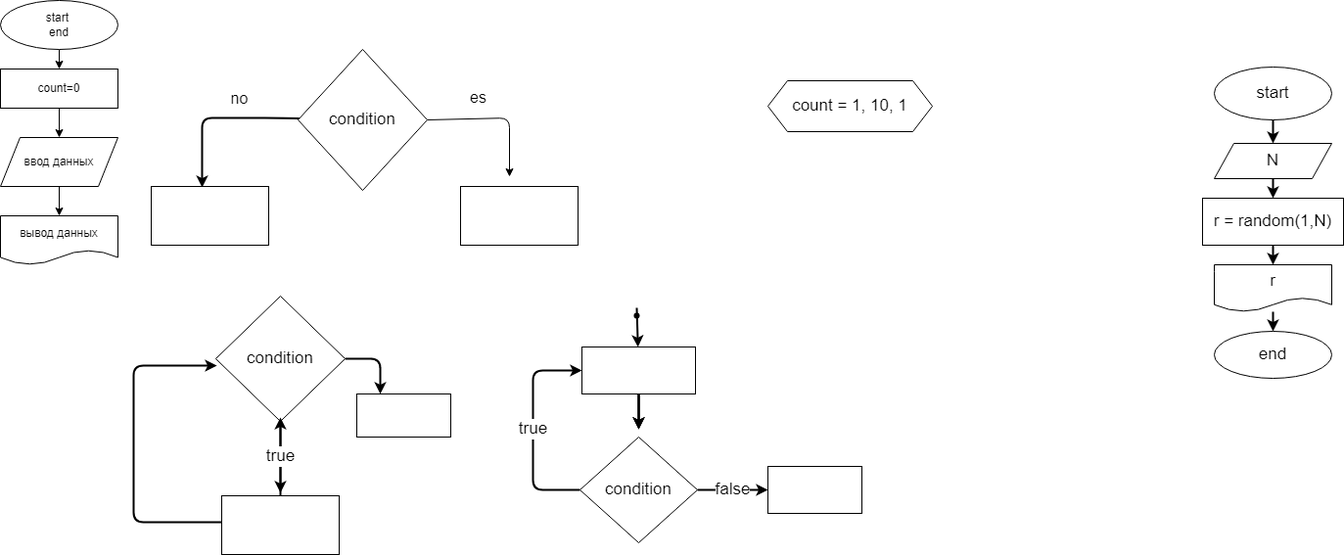
This is ex0000.drawio.png from Alexjur5676/Practic, a draw.io export, as it was before one commit. Source tidied: cells renumbered, new cells last; positions are measured from the earlier drawing's top-left corner, leaving out a move shared by most shapes. Source of this version:
```xml
<mxGraphModel>
  <root>
    <mxCell id="0" />
    <mxCell id="1" parent="0" />
    <mxCell id="2" style="edgeStyle=none;html=1;" parent="1" edge="1" source="3" target="5">
      <mxGeometry relative="1" as="geometry" />
    </mxCell>
    <mxCell id="3" value="start&amp;nbsp;&lt;br&gt;end&lt;br&gt;" style="ellipse;whiteSpace=wrap;html=1;" parent="1" vertex="1">
      <mxGeometry width="120" height="50" as="geometry" />
    </mxCell>
    <mxCell id="4" style="edgeStyle=none;html=1;" parent="1" edge="1" source="5" target="7">
      <mxGeometry relative="1" as="geometry" />
    </mxCell>
    <mxCell id="5" value="count=0&lt;br&gt;" style="rounded=0;whiteSpace=wrap;html=1;" parent="1" vertex="1">
      <mxGeometry y="70" width="120" height="40" as="geometry" />
    </mxCell>
    <mxCell id="6" style="edgeStyle=none;html=1;" parent="1" edge="1" source="7" target="8">
      <mxGeometry relative="1" as="geometry" />
    </mxCell>
    <mxCell id="7" value="ввод данных" style="shape=parallelogram;perimeter=parallelogramPerimeter;whiteSpace=wrap;html=1;fixedSize=1;" parent="1" vertex="1">
      <mxGeometry y="140" width="120" height="50" as="geometry" />
    </mxCell>
    <mxCell id="8" value="вывод данных" style="shape=document;whiteSpace=wrap;html=1;boundedLbl=1;" parent="1" vertex="1">
      <mxGeometry y="220" width="120" height="50" as="geometry" />
    </mxCell>
    <mxCell id="9" value="es" style="edgeStyle=none;html=1;exitX=1;exitY=0.5;exitDx=0;exitDy=0;fontSize=16;" parent="1" edge="1" source="11">
      <mxGeometry x="-0.27" y="22" relative="1" as="geometry">
        <mxPoint x="520" y="180" as="targetPoint" />
        <Array as="points">
          <mxPoint x="520" y="120" />
        </Array>
      </mxGeometry>
    </mxCell>
    <mxCell id="10" value="no" style="edgeStyle=none;html=1;entryX=0.433;entryY=0.017;entryDx=0;entryDy=0;entryPerimeter=0;strokeWidth=2;fontSize=16;" parent="1" edge="1" source="11" target="13">
      <mxGeometry x="-0.28" y="-20" relative="1" as="geometry">
        <Array as="points">
          <mxPoint x="280" y="120" />
          <mxPoint x="250" y="120" />
          <mxPoint x="206" y="120" />
        </Array>
      </mxGeometry>
    </mxCell>
    <mxCell id="11" value="condition" style="rhombus;whiteSpace=wrap;html=1;fontSize=17;" parent="1" vertex="1">
      <mxGeometry x="304" y="50" width="132" height="144" as="geometry" />
    </mxCell>
    <mxCell id="12" style="rounded=0;whiteSpace=wrap;html=1;" parent="1" vertex="1">
      <mxGeometry x="470" y="190" width="120" height="60" as="geometry" />
    </mxCell>
    <mxCell id="13" style="rounded=0;whiteSpace=wrap;html=1;" parent="1" vertex="1">
      <mxGeometry x="154" y="190" width="120" height="60" as="geometry" />
    </mxCell>
    <mxCell id="14" style="edgeStyle=none;html=1;fontSize=17;strokeWidth=2;" parent="1" edge="1" source="16">
      <mxGeometry relative="1" as="geometry">
        <mxPoint x="286" y="503" as="targetPoint" />
      </mxGeometry>
    </mxCell>
    <mxCell id="15" style="edgeStyle=none;html=1;entryX=0.25;entryY=0;entryDx=0;entryDy=0;fontSize=17;strokeWidth=2;exitX=1;exitY=0.5;exitDx=0;exitDy=0;" parent="1" edge="1" source="16" target="27">
      <mxGeometry relative="1" as="geometry">
        <Array as="points">
          <mxPoint x="388" y="366" />
        </Array>
      </mxGeometry>
    </mxCell>
    <mxCell id="16" value="condition" style="rhombus;whiteSpace=wrap;html=1;fontSize=17;" parent="1" vertex="1">
      <mxGeometry x="220" y="302" width="132" height="128" as="geometry" />
    </mxCell>
    <mxCell id="17" style="edgeStyle=none;html=1;entryX=0.008;entryY=0.555;entryDx=0;entryDy=0;entryPerimeter=0;fontSize=17;strokeWidth=2;" parent="1" edge="1" target="16">
      <mxGeometry relative="1" as="geometry">
        <mxPoint x="226" y="533" as="sourcePoint" />
        <Array as="points">
          <mxPoint x="136" y="533" />
          <mxPoint x="136" y="373" />
        </Array>
      </mxGeometry>
    </mxCell>
    <mxCell id="18" value="true" style="edgeStyle=none;html=1;entryX=0;entryY=0.5;entryDx=0;entryDy=0;fontSize=17;strokeWidth=2;exitX=0;exitY=0.5;exitDx=0;exitDy=0;" parent="1" edge="1" source="20" target="24">
      <mxGeometry relative="1" as="geometry">
        <Array as="points">
          <mxPoint x="544" y="500" />
          <mxPoint x="544" y="378" />
        </Array>
      </mxGeometry>
    </mxCell>
    <mxCell id="19" value="false" style="edgeStyle=none;html=1;entryX=0;entryY=0.5;entryDx=0;entryDy=0;fontSize=17;strokeWidth=2;" parent="1" edge="1" source="20" target="28">
      <mxGeometry relative="1" as="geometry" />
    </mxCell>
    <mxCell id="20" value="condition" style="rhombus;whiteSpace=wrap;html=1;fontSize=17;" parent="1" vertex="1">
      <mxGeometry x="592" y="446" width="120" height="108" as="geometry" />
    </mxCell>
    <mxCell id="21" style="edgeStyle=none;html=1;entryX=0.5;entryY=0;entryDx=0;entryDy=0;fontSize=17;strokeWidth=2;" parent="1" edge="1" source="24">
      <mxGeometry relative="1" as="geometry">
        <mxPoint x="652" y="438" as="targetPoint" />
      </mxGeometry>
    </mxCell>
    <mxCell id="22" style="edgeStyle=none;html=1;entryX=0.5;entryY=0;entryDx=0;entryDy=0;fontSize=17;strokeWidth=2;" parent="1" edge="1" source="24">
      <mxGeometry relative="1" as="geometry">
        <mxPoint x="652" y="438" as="targetPoint" />
      </mxGeometry>
    </mxCell>
    <mxCell id="23" style="edgeStyle=none;html=1;fontSize=17;strokeWidth=2;" parent="1" edge="1" source="24">
      <mxGeometry relative="1" as="geometry">
        <mxPoint x="652" y="438" as="targetPoint" />
      </mxGeometry>
    </mxCell>
    <mxCell id="24" style="rounded=0;whiteSpace=wrap;html=1;fontSize=17;" parent="1" vertex="1">
      <mxGeometry x="594" y="354" width="116" height="48" as="geometry" />
    </mxCell>
    <mxCell id="25" style="edgeStyle=none;html=1;fontSize=17;strokeWidth=2;" parent="1" edge="1" target="24">
      <mxGeometry relative="1" as="geometry">
        <mxPoint x="650" y="314" as="sourcePoint" />
      </mxGeometry>
    </mxCell>
    <mxCell id="26" style="shape=waypoint;sketch=0;size=6;fillColor=none;perimeter=centerPerimeter;fontSize=17;" parent="1" vertex="1">
      <mxGeometry x="630" y="302" width="40" height="40" as="geometry" />
    </mxCell>
    <mxCell id="27" style="rounded=0;whiteSpace=wrap;html=1;fontSize=17;" parent="1" vertex="1">
      <mxGeometry x="364" y="402" width="96" height="44" as="geometry" />
    </mxCell>
    <mxCell id="28" style="rounded=0;whiteSpace=wrap;html=1;fontSize=17;" parent="1" vertex="1">
      <mxGeometry x="784" y="476" width="96" height="48" as="geometry" />
    </mxCell>
    <mxCell id="29" value="true" style="edgeStyle=none;html=1;fontSize=17;strokeWidth=2;" parent="1" edge="1" source="30">
      <mxGeometry relative="1" as="geometry">
        <mxPoint x="286" y="426" as="targetPoint" />
      </mxGeometry>
    </mxCell>
    <mxCell id="30" style="rounded=0;whiteSpace=wrap;html=1;fontSize=17;" parent="1" vertex="1">
      <mxGeometry x="226" y="506" width="120" height="60" as="geometry" />
    </mxCell>
    <mxCell id="31" value="count = 1, 10, 1" style="shape=hexagon;perimeter=hexagonPerimeter2;whiteSpace=wrap;html=1;fixedSize=1;fontSize=17;" parent="1" vertex="1">
      <mxGeometry x="784" y="82" width="168" height="52" as="geometry" />
    </mxCell>
    <mxCell id="32" style="edgeStyle=none;html=1;fontSize=17;strokeWidth=2;" parent="1" edge="1" source="33" target="35">
      <mxGeometry relative="1" as="geometry" />
    </mxCell>
    <mxCell id="33" value="start" style="ellipse;whiteSpace=wrap;html=1;fontSize=17;" parent="1" vertex="1">
      <mxGeometry x="1240" y="68" width="120" height="54" as="geometry" />
    </mxCell>
    <mxCell id="34" style="edgeStyle=none;html=1;fontSize=17;strokeWidth=2;" parent="1" edge="1" source="35" target="37">
      <mxGeometry relative="1" as="geometry" />
    </mxCell>
    <mxCell id="35" value="N" style="shape=parallelogram;perimeter=parallelogramPerimeter;whiteSpace=wrap;html=1;fixedSize=1;fontSize=17;" parent="1" vertex="1">
      <mxGeometry x="1240" y="146" width="120" height="36" as="geometry" />
    </mxCell>
    <mxCell id="36" style="edgeStyle=none;html=1;fontSize=17;strokeWidth=2;" parent="1" edge="1" source="37" target="40">
      <mxGeometry relative="1" as="geometry" />
    </mxCell>
    <mxCell id="37" value="r = random(1,N)" style="rounded=0;whiteSpace=wrap;html=1;fontSize=17;" parent="1" vertex="1">
      <mxGeometry x="1228" y="202" width="144" height="48" as="geometry" />
    </mxCell>
    <mxCell id="38" value="end" style="ellipse;whiteSpace=wrap;html=1;fontSize=17;" parent="1" vertex="1">
      <mxGeometry x="1240" y="338" width="120" height="48" as="geometry" />
    </mxCell>
    <mxCell id="39" style="edgeStyle=none;html=1;fontSize=17;strokeWidth=2;" parent="1" edge="1" source="40" target="38">
      <mxGeometry relative="1" as="geometry" />
    </mxCell>
    <mxCell id="40" value="r" style="shape=document;whiteSpace=wrap;html=1;boundedLbl=1;fontSize=17;" parent="1" vertex="1">
      <mxGeometry x="1240" y="270" width="120" height="48" as="geometry" />
    </mxCell>
  </root>
</mxGraphModel>
```
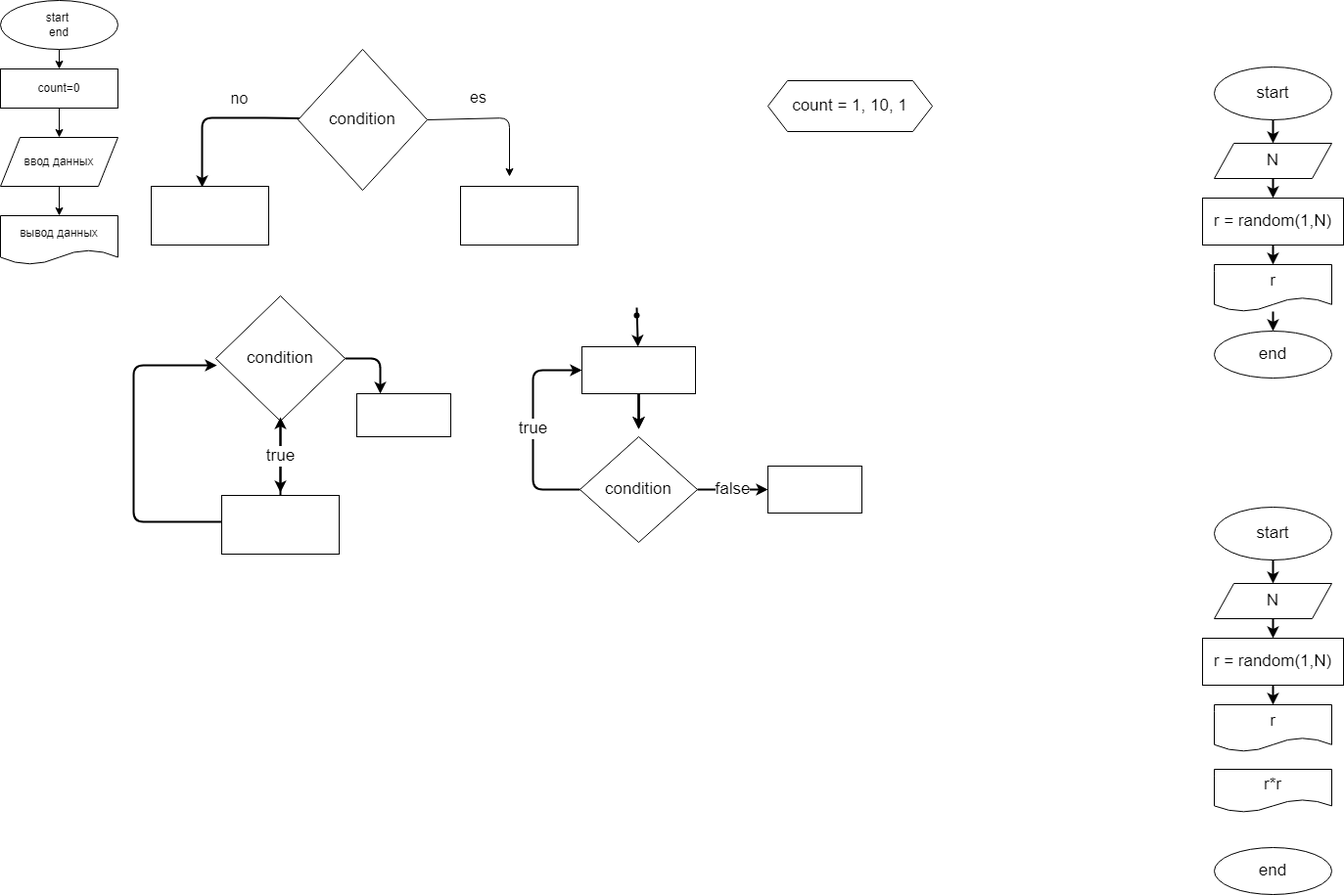
After the change.

Commit message:
задача 1 + квадрат этого числа

The edit, as a diff of the source:
```diff
@@ -157,5 +157,32 @@
     <mxCell id="40" value="r" style="shape=document;whiteSpace=wrap;html=1;boundedLbl=1;fontSize=17;" parent="1" vertex="1">
       <mxGeometry x="1240" y="270" width="120" height="48" as="geometry" />
     </mxCell>
+    <mxCell id="41" style="edgeStyle=none;html=1;fontSize=17;strokeWidth=2;" parent="1" edge="1" source="42" target="44">
+      <mxGeometry relative="1" as="geometry" />
+    </mxCell>
+    <mxCell id="42" value="start" style="ellipse;whiteSpace=wrap;html=1;fontSize=17;" parent="1" vertex="1">
+      <mxGeometry x="1240" y="518" width="120" height="54" as="geometry" />
+    </mxCell>
+    <mxCell id="43" style="edgeStyle=none;html=1;fontSize=17;strokeWidth=2;" parent="1" edge="1" source="44" target="46">
+      <mxGeometry relative="1" as="geometry" />
+    </mxCell>
+    <mxCell id="44" value="N" style="shape=parallelogram;perimeter=parallelogramPerimeter;whiteSpace=wrap;html=1;fixedSize=1;fontSize=17;" parent="1" vertex="1">
+      <mxGeometry x="1240" y="596" width="120" height="36" as="geometry" />
+    </mxCell>
+    <mxCell id="45" style="edgeStyle=none;html=1;fontSize=17;strokeWidth=2;" parent="1" edge="1" source="46" target="48">
+      <mxGeometry relative="1" as="geometry" />
+    </mxCell>
+    <mxCell id="46" value="r = random(1,N)" style="rounded=0;whiteSpace=wrap;html=1;fontSize=17;" parent="1" vertex="1">
+      <mxGeometry x="1228" y="652" width="144" height="48" as="geometry" />
+    </mxCell>
+    <mxCell id="47" value="end" style="ellipse;whiteSpace=wrap;html=1;fontSize=17;" parent="1" vertex="1">
+      <mxGeometry x="1240" y="866" width="120" height="48" as="geometry" />
+    </mxCell>
+    <mxCell id="48" value="r" style="shape=document;whiteSpace=wrap;html=1;boundedLbl=1;fontSize=17;" parent="1" vertex="1">
+      <mxGeometry x="1240" y="720" width="120" height="48" as="geometry" />
+    </mxCell>
+    <mxCell id="49" value="r*r" style="shape=document;whiteSpace=wrap;html=1;boundedLbl=1;fontSize=17;" parent="1" vertex="1">
+      <mxGeometry x="1240" y="786" width="120" height="44" as="geometry" />
+    </mxCell>
   </root>
 </mxGraphModel>
```
